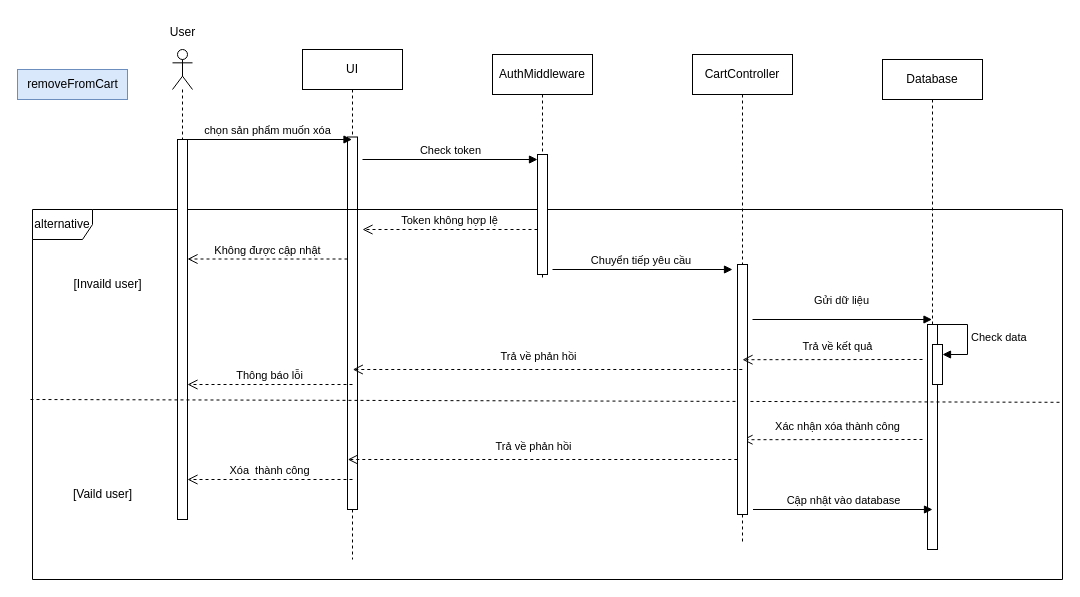
Earlier version of the draw.io diagram RemoveFromCart.drawio (letham1612/test.ithub). Source tidied: cells renumbered, new cells numbered last; positions are measured from the earlier drawing's top-left corner, leaving out a move shared by most shapes. Both pictures are drawn from the tidied source at 100%, with x=0, y=0 at pixel (17, 17).
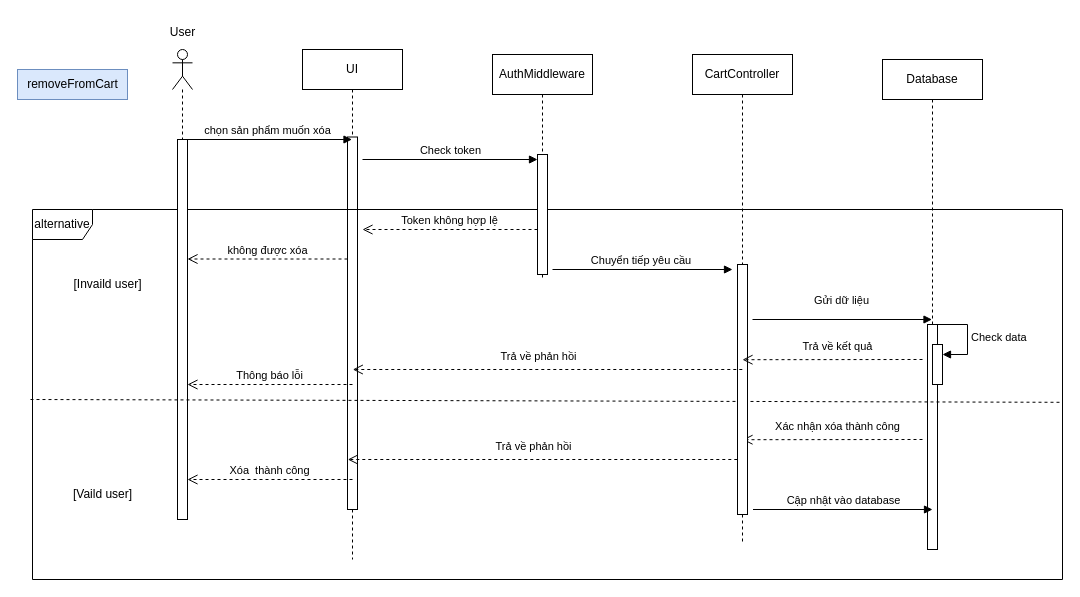
The same diagram, later.

Commit message:
Cập nhật RemoveFromCart.drawio

Unchanged cells that the change refers to:
```xml
<mxCell id="5" style="html=1;points=[[0,0,0,0,5],[0,1,0,0,-5],[1,0,0,0,5],[1,1,0,0,-5]];perimeter=orthogonalPerimeter;outlineConnect=0;targetShapes=umlLifeline;portConstraint=eastwest;newEdgeStyle={&quot;curved&quot;:0,&quot;rounded&quot;:0};" parent="4" vertex="1">
  <mxGeometry x="45" y="87.5" width="10" height="372.5" as="geometry" />
</mxCell>
```

Diff of the diagram source:
```diff
@@
-    <mxCell id="13" value="Không được cập nhật" style="html=1;verticalAlign=bottom;endArrow=open;dashed=1;endSize=8;curved=0;rounded=0;" parent="1" edge="1" source="5">
+    <mxCell id="13" value="không được xóa" style="html=1;verticalAlign=bottom;endArrow=open;dashed=1;endSize=8;curved=0;rounded=0;" parent="1" edge="1" source="5">
       <mxGeometry relative="1" as="geometry">
         <mxPoint x="170" y="241.5" as="targetPoint" />
       </mxGeometry>
     </mxCell>
```
